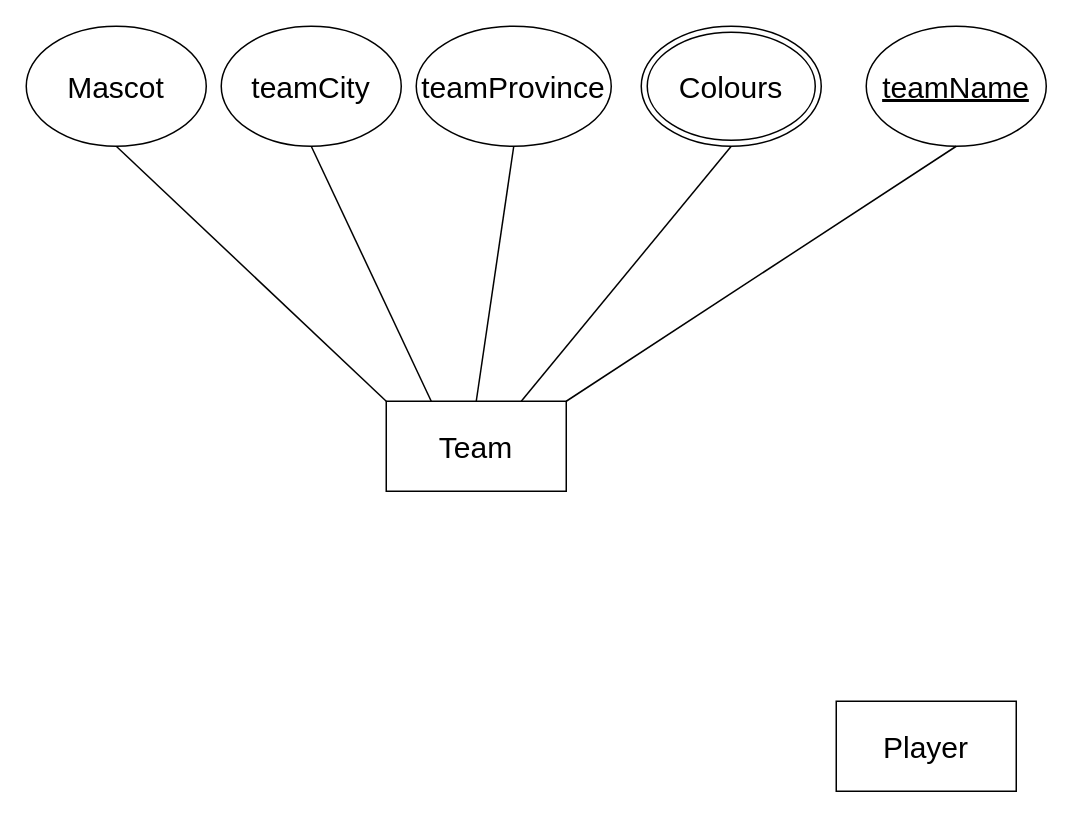
This is Untitled Diagram.drawio from benjaminnamo/databases, a draw.io file, before an edit. Source tidied: cells renumbered, new cells numbered last; positions are measured from the earlier drawing's top-left corner, leaving out a move shared by most shapes. Both pictures are drawn from the tidied source at 150%, with x=0, y=0 at pixel (26, 26).
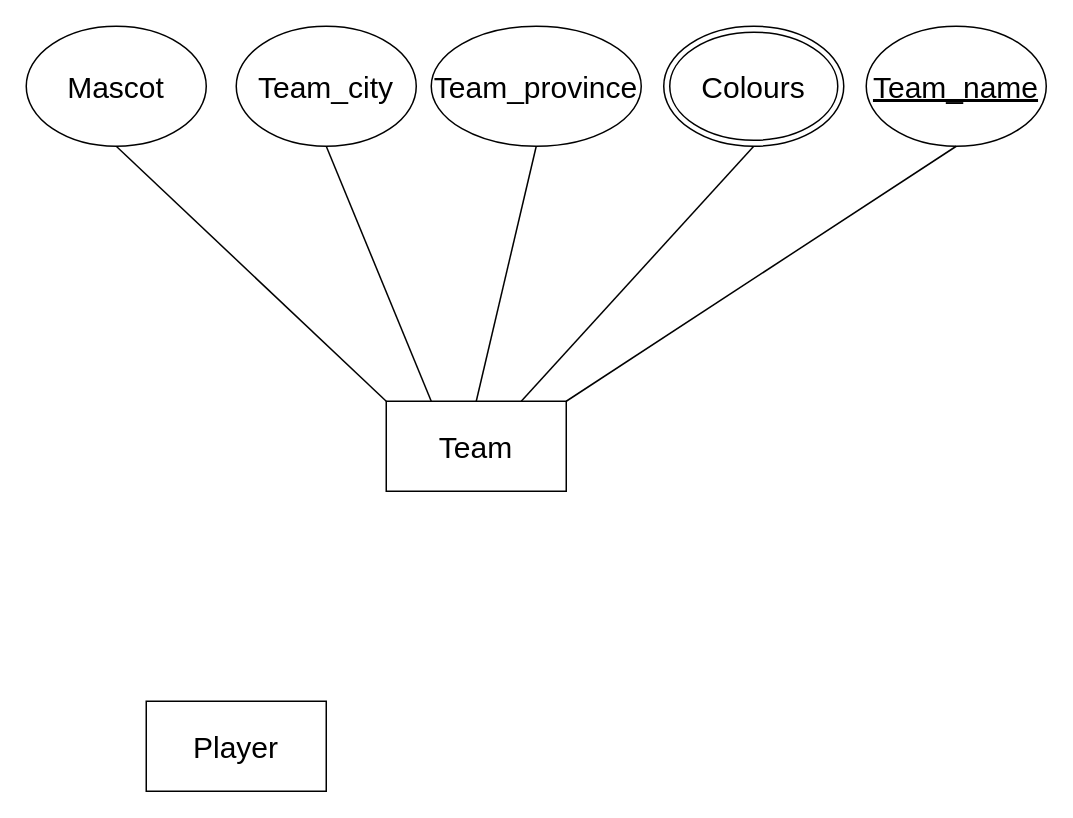
Above is the later version.

Change to the diagram source:
```diff
@@
 <mxGraphModel>
   <root>
     <mxCell id="0" />
     <mxCell id="1" parent="0" />
     <mxCell id="2" value="&lt;font style=&quot;font-size: 20px;&quot;&gt;Team&lt;/font&gt;" style="rounded=0;whiteSpace=wrap;html=1;" parent="1" vertex="1">
       <mxGeometry x="240" y="250" width="120" height="60" as="geometry" />
     </mxCell>
     <mxCell id="3" value="&lt;font style=&quot;font-size: 20px;&quot;&gt;Mascot&lt;/font&gt;" style="ellipse;whiteSpace=wrap;html=1;" parent="1" vertex="1">
       <mxGeometry width="120" height="80" as="geometry" />
     </mxCell>
-    <mxCell id="4" value="&lt;span style=&quot;font-size: 20px;&quot;&gt;&lt;u&gt;teamName&lt;/u&gt;&lt;/span&gt;" style="ellipse;whiteSpace=wrap;html=1;" parent="1" vertex="1">
+    <mxCell id="4" value="&lt;span style=&quot;font-size: 20px;&quot;&gt;&lt;u&gt;Team_name&lt;/u&gt;&lt;/span&gt;" style="ellipse;whiteSpace=wrap;html=1;" parent="1" vertex="1">
       <mxGeometry x="560" width="120" height="80" as="geometry" />
     </mxCell>
-    <mxCell id="5" value="&lt;font style=&quot;font-size: 20px;&quot;&gt;teamCity&lt;/font&gt;" style="ellipse;whiteSpace=wrap;html=1;" parent="1" vertex="1">
-      <mxGeometry x="130" width="120" height="80" as="geometry" />
+    <mxCell id="5" value="&lt;font style=&quot;font-size: 20px;&quot;&gt;Team_city&lt;/font&gt;" style="ellipse;whiteSpace=wrap;html=1;" parent="1" vertex="1">
+      <mxGeometry x="140" width="120" height="80" as="geometry" />
     </mxCell>
     <mxCell id="6" style="endArrow=none;html=1;rounded=0;entryX=0;entryY=0;entryDx=0;entryDy=0;exitX=0.5;exitY=1;exitDx=0;exitDy=0;" parent="1" edge="1" source="3" target="2">
       <mxGeometry relative="1" as="geometry" />
     </mxCell>
     <mxCell id="7" style="endArrow=none;html=1;rounded=0;entryX=0.25;entryY=0;entryDx=0;entryDy=0;exitX=0.5;exitY=1;exitDx=0;exitDy=0;" parent="1" edge="1" source="5" target="2">
       <mxGeometry relative="1" as="geometry" />
     </mxCell>
     <mxCell id="8" style="endArrow=none;html=1;rounded=0;exitX=1;exitY=0;exitDx=0;exitDy=0;entryX=0.5;entryY=1;entryDx=0;entryDy=0;" parent="1" edge="1" source="2" target="4">
       <mxGeometry relative="1" as="geometry" />
     </mxCell>
     <mxCell id="9" style="endArrow=none;html=1;rounded=0;entryX=0.75;entryY=0;entryDx=0;entryDy=0;exitX=0.5;exitY=1;exitDx=0;exitDy=0;" parent="1" edge="1" source="12" target="2">
       <mxGeometry relative="1" as="geometry" />
     </mxCell>
-    <mxCell id="10" value="&lt;font style=&quot;font-size: 20px;&quot;&gt;teamProvince&lt;/font&gt;" style="ellipse;whiteSpace=wrap;html=1;" parent="1" vertex="1">
-      <mxGeometry x="260" width="130" height="80" as="geometry" />
+    <mxCell id="10" value="&lt;font style=&quot;font-size: 20px;&quot;&gt;Team_province&lt;/font&gt;" style="ellipse;whiteSpace=wrap;html=1;" parent="1" vertex="1">
+      <mxGeometry x="270" width="140" height="80" as="geometry" />
     </mxCell>
     <mxCell id="11" style="endArrow=none;html=1;rounded=0;entryX=0.5;entryY=1;entryDx=0;entryDy=0;exitX=0.5;exitY=0;exitDx=0;exitDy=0;" parent="1" edge="1" source="2" target="10">
       <mxGeometry relative="1" as="geometry" />
     </mxCell>
     <mxCell id="12" value="&lt;font style=&quot;font-size: 20px;&quot;&gt;Colours&lt;/font&gt;" style="ellipse;shape=doubleEllipse;whiteSpace=wrap;html=1;" parent="1" vertex="1">
-      <mxGeometry x="410" width="120" height="80" as="geometry" />
+      <mxGeometry x="425" width="120" height="80" as="geometry" />
     </mxCell>
     <mxCell id="13" value="&lt;font style=&quot;font-size: 20px;&quot;&gt;Player&lt;/font&gt;" style="rounded=0;whiteSpace=wrap;html=1;" parent="1" vertex="1">
-      <mxGeometry x="540" y="450" width="120" height="60" as="geometry" />
+      <mxGeometry x="80" y="450" width="120" height="60" as="geometry" />
     </mxCell>
   </root>
 </mxGraphModel>
```
